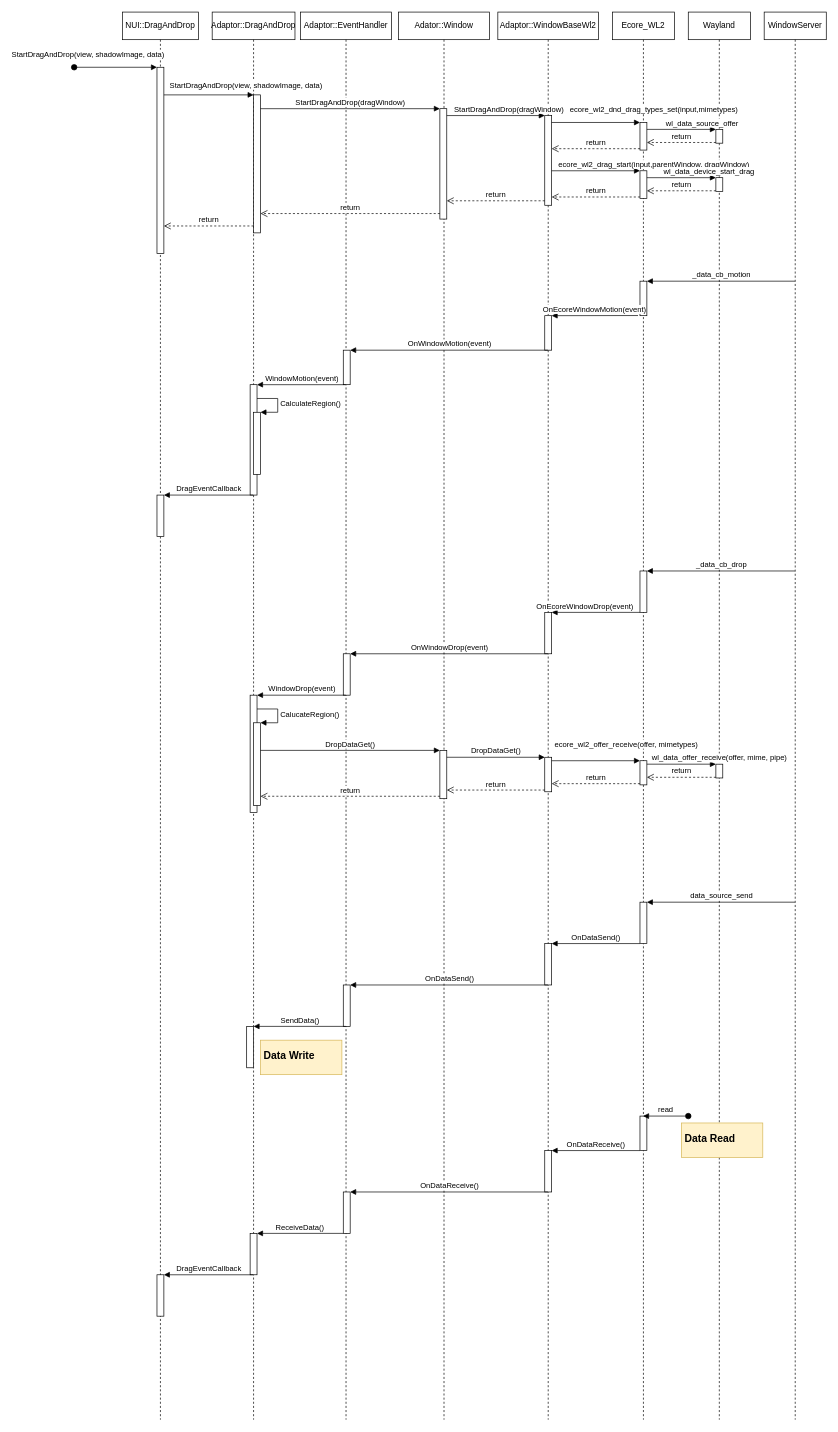
Earlier version of the draw.io diagram page "Page-9" (9 of 10) of Untitled Diagram.drawio (taehyub/drawio). Source tidied: cells renumbered, new cells numbered last; positions are measured from the earlier drawing's top-left corner, leaving out a move shared by most shapes. Both pictures are drawn from the tidied source at 69%, with x=0, y=0 at pixel (74, 12).
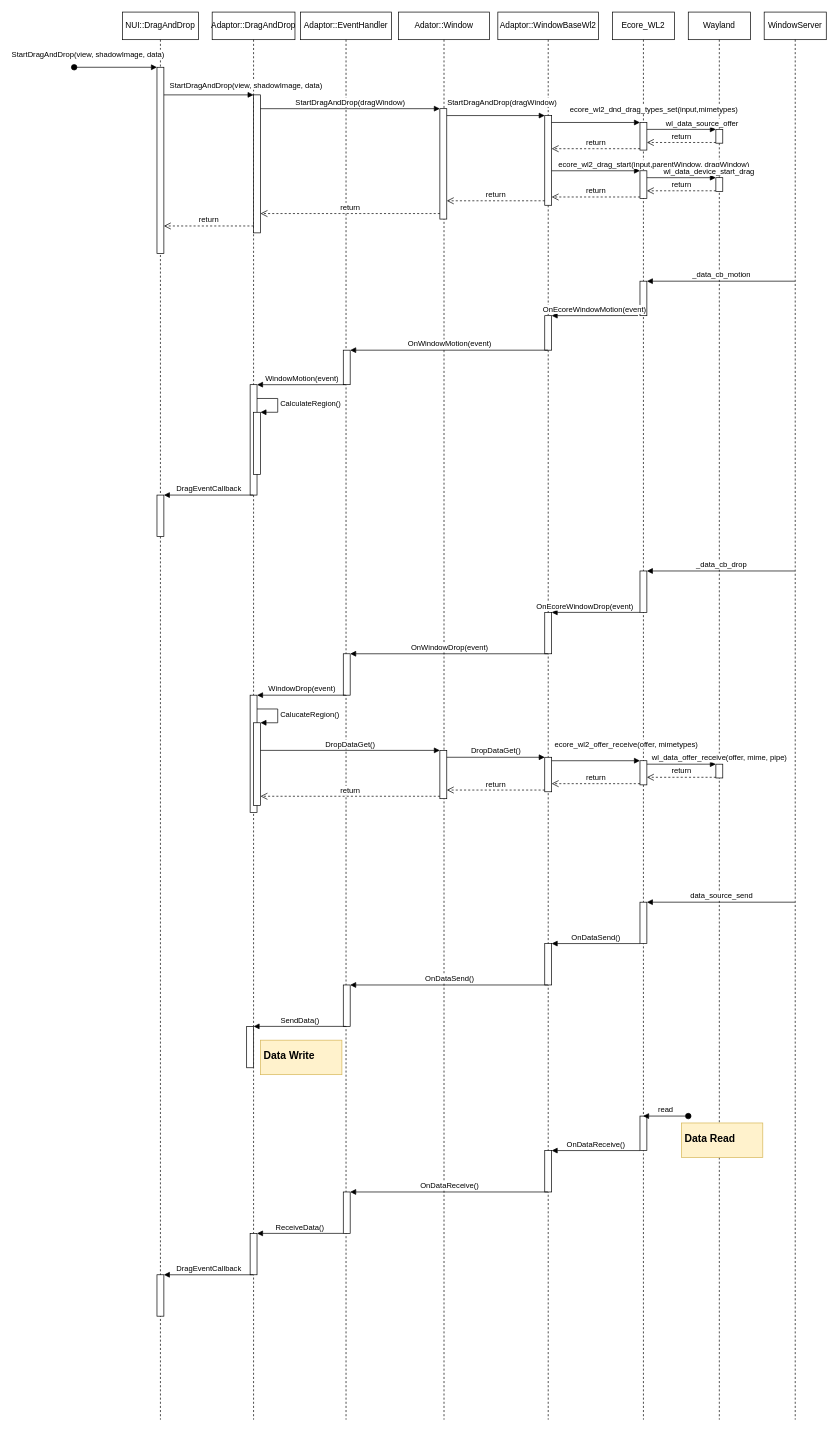
Above is the later version.

The change refers to these unchanged cells:
```xml
<mxCell id="21" style="html=1;points=[];perimeter=orthogonalPerimeter;" parent="20" vertex="1">
  <mxGeometry x="68" y="150" width="10" height="130" as="geometry" />
</mxCell>
```

The edit, as a diff of the source:
```diff
@@
-    <mxCell id="52" value="StartDragAndDrop(dragWindow)" style="html=1;verticalAlign=bottom;endArrow=block;entryX=0;entryY=0;rounded=0;" parent="1" edge="1" target="21">
-      <mxGeometry x="0.27" relative="1" as="geometry">
+    <mxCell id="52" value="StartDragAndDrop(dragWindow)" style="html=1;verticalAlign=bottom;endArrow=block;entryX=0;entryY=0;rounded=0;strokeColor=default;labelBackgroundColor=default;fontColor=default;" parent="1" edge="1" target="21">
+      <mxGeometry x="0.13" y="10" relative="1" as="geometry">
         <mxPoint x="540" y="150" as="sourcePoint" />
       </mxGeometry>
     </mxCell>
```
